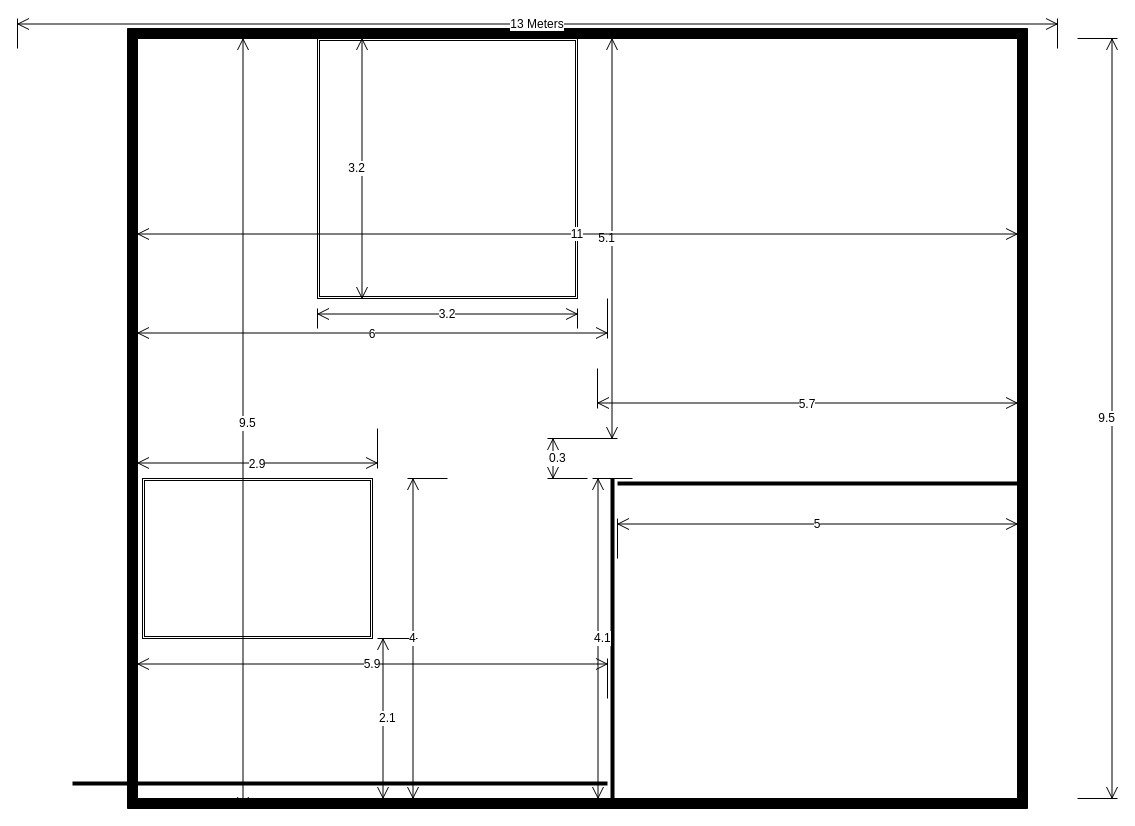
Above: Garden2.drawio in rgbaal/diagrams (draw.io), before the change. Source tidied: cells renumbered, new cells numbered last; positions are measured from the earlier drawing's top-left corner, leaving out a move shared by most shapes. Both pictures are drawn from the tidied source at 100%, with x=0, y=0 at pixel (17, 18).
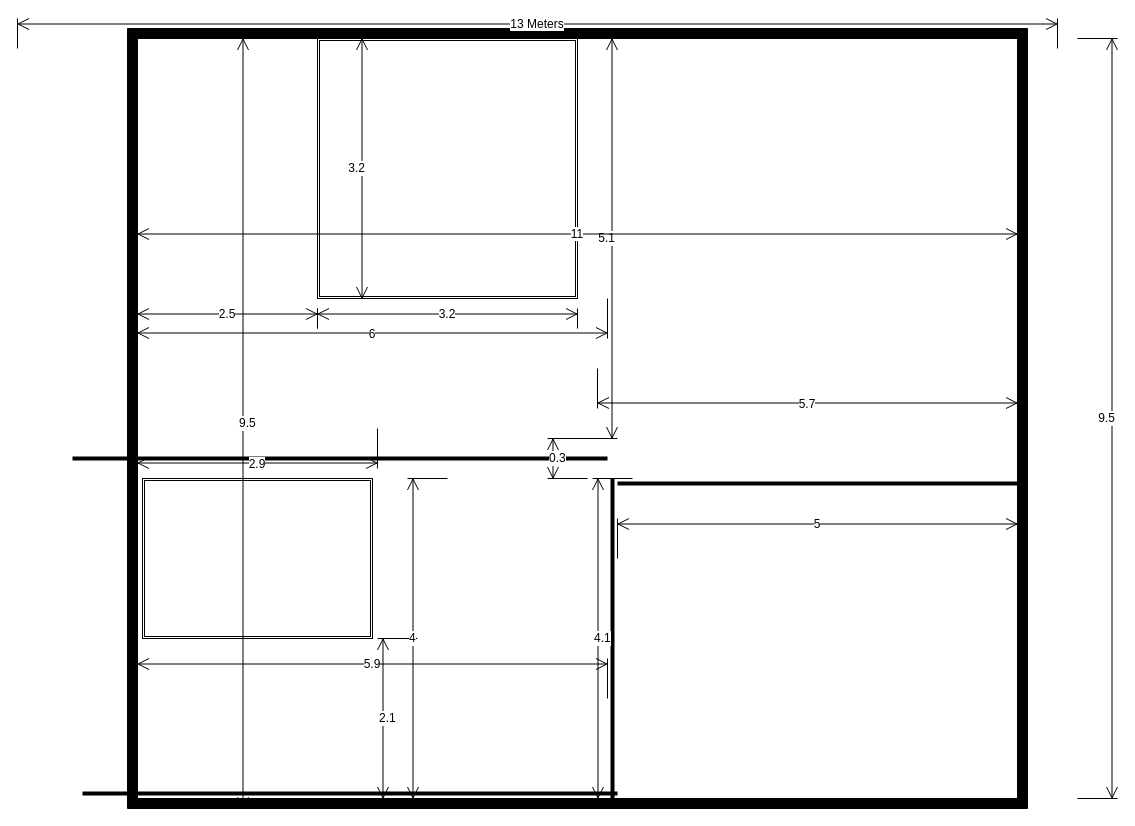
Above is the later version.

What changed in the source:
```diff
@@
     <mxCell id="5" style="line;strokeWidth=4;html=1;perimeter=backbonePerimeter;" parent="1" vertex="1">
-      <mxGeometry x="55" y="760" width="535" height="10" as="geometry" />
+      <mxGeometry x="55" y="435" width="535" height="10" as="geometry" />
     </mxCell>
@@
+    <mxCell id="24" style="line;strokeWidth=4;html=1;perimeter=backbonePerimeter;" parent="1" vertex="1">
+      <mxGeometry x="65" y="770" width="535" height="10" as="geometry" />
+    </mxCell>
+    <mxCell id="25" value="2.5" style="shape=dimension;direction=west;whiteSpace=wrap;html=1;align=center;verticalAlign=top;spacingTop=-8;labelBackgroundColor=#ffffff;" parent="1" vertex="1">
+      <mxGeometry x="120" y="290" width="180" height="20" as="geometry" />
+    </mxCell>
```
